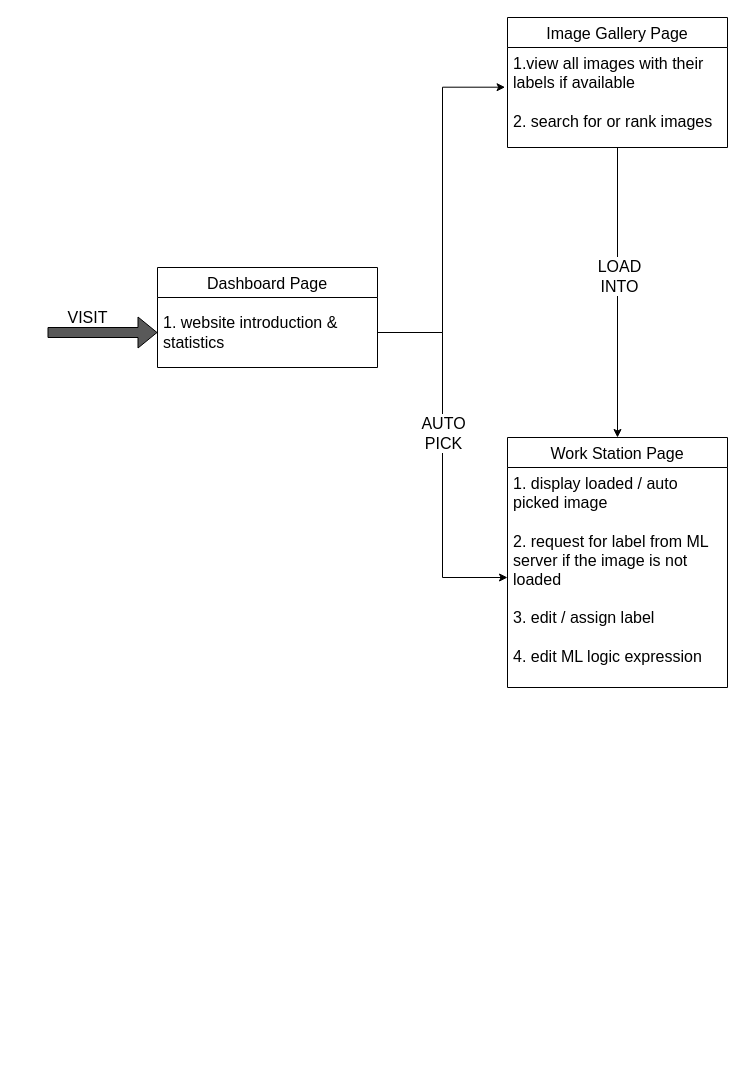
Above: page "Web Routers" (2 of 4) of architecture.drawio in Neural-Symbolic-Image-Labeling/NSILWeb (draw.io), before the change. Source tidied: cells renumbered, new cells numbered last; positions are measured from the earlier drawing's top-left corner, leaving out a move shared by most shapes. Both pictures are drawn from the tidied source at 100%, with x=0, y=0 at pixel (47, 17).
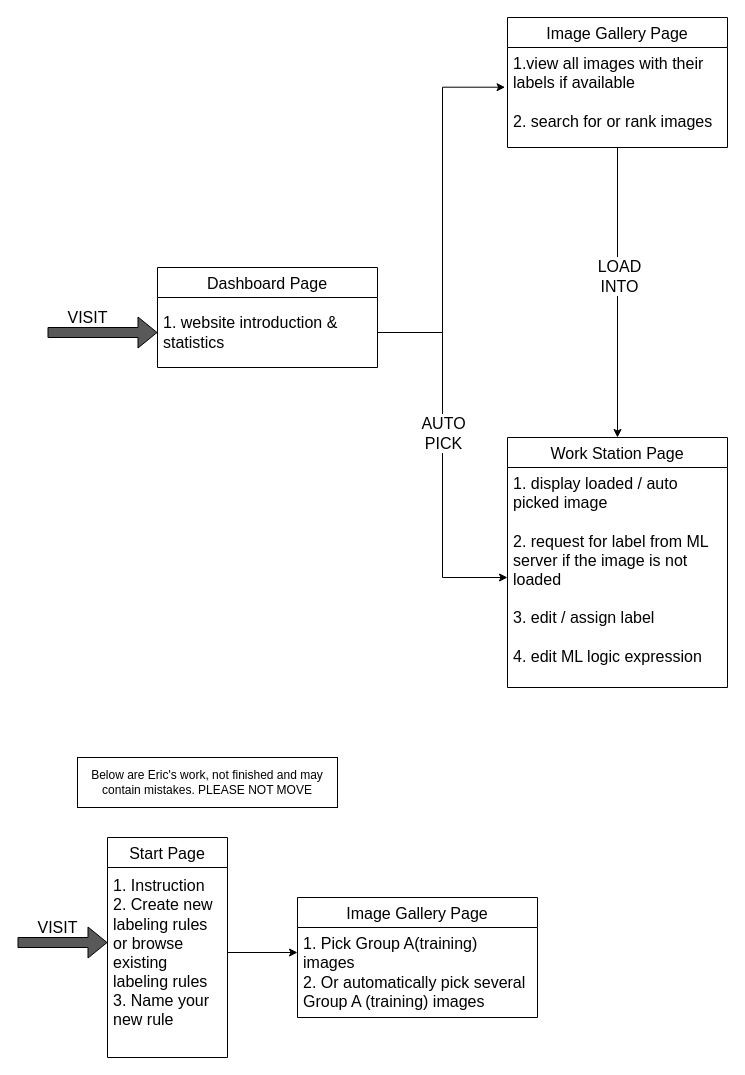
The same diagram, later.

What changed in the source:
```diff
@@
+    <mxCell id="15" style="shape=flexArrow;endArrow=classic;html=1;rounded=0;fontSize=16;shadow=0;fillColor=#595959;" parent="1" edge="1">
+      <mxGeometry relative="1" as="geometry">
+        <mxPoint x="-30" y="925" as="sourcePoint" />
+        <mxPoint x="60" y="925" as="targetPoint" />
+      </mxGeometry>
+    </mxCell>
+    <mxCell id="16" value="VISIT" style="text;html=1;align=center;verticalAlign=middle;strokeColor=none;fillColor=none;fontSize=16;" parent="1" vertex="1">
+      <mxGeometry x="-20" y="900" width="60" height="20" as="geometry" />
+    </mxCell>
+    <mxCell id="17" value="Start Page" style="swimlane;fontStyle=0;horizontal=1;startSize=30;fontSize=16;" parent="1" vertex="1">
+      <mxGeometry x="60" y="820" width="120" height="220" as="geometry" />
+    </mxCell>
+    <mxCell id="18" value="1. Instruction&#10;2. Create new labeling rules or browse existing labeling rules&#10;3. Name your new rule&#10;" style="text;strokeColor=none;fillColor=none;align=left;verticalAlign=middle;spacingLeft=4;spacingRight=4;overflow=hidden;fontSize=16;whiteSpace=wrap;" parent="17" vertex="1">
+      <mxGeometry y="30" width="120" height="190" as="geometry" />
+    </mxCell>
+    <mxCell id="19" style="endArrow=classic;html=1;rounded=0;" parent="1" edge="1">
+      <mxGeometry relative="1" as="geometry">
+        <mxPoint x="180" y="935" as="sourcePoint" />
+        <mxPoint x="250" y="935" as="targetPoint" />
+      </mxGeometry>
+    </mxCell>
+    <mxCell id="20" value="Image Gallery Page" style="swimlane;fontStyle=0;horizontal=1;startSize=30;fontSize=16;" parent="1" vertex="1">
+      <mxGeometry x="250" y="880" width="240" height="120" as="geometry" />
+    </mxCell>
+    <mxCell id="21" value="1. Pick Group A(training) images&#10;2. Or automatically pick several Group A (training) images" style="text;strokeColor=none;fillColor=none;align=left;verticalAlign=middle;spacingLeft=4;spacingRight=4;overflow=hidden;fontSize=16;whiteSpace=wrap;" parent="20" vertex="1">
+      <mxGeometry y="30" width="240" height="90" as="geometry" />
+    </mxCell>
+    <mxCell id="22" value="Below are Eric's work, not finished and may contain mistakes. PLEASE NOT MOVE" style="rounded=0;whiteSpace=wrap;html=1;" parent="1" vertex="1">
+      <mxGeometry x="30" y="740" width="260" height="50" as="geometry" />
+    </mxCell>
```
